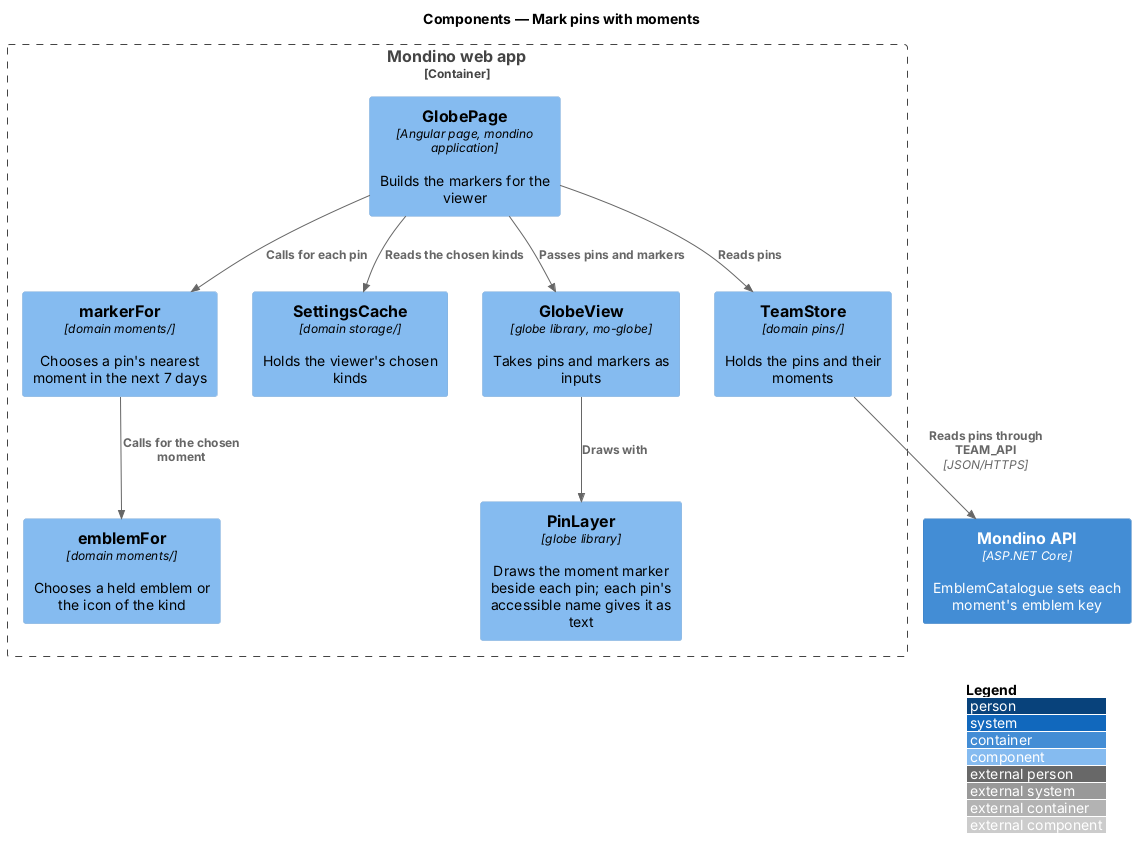
Above: docs/detailed-designs/moments/mark-pins-with-moments/diagrams/c4-component.png in QuinntyneBrown/Mondino (PlantUML), before the change. Its diagram source:
```plantuml
@startuml
!include <C4/C4_Component>
LAYOUT_WITH_LEGEND()
title Components — Mark pins with moments

Container_Boundary(web, "Mondino web app") {
  Component(page, "GlobePage", "Angular page, mondino application", "Builds the markers for the viewer")
  Component(store, "TeamStore", "domain pins/", "Holds the pins and their moments")
  Component(cache, "SettingsCache", "domain storage/", "Holds the viewer's chosen kinds")
  Component(marker, "markerFor", "domain moments/", "Chooses a pin's nearest moment in the next 7 days")
  Component(emblem, "emblemFor", "domain moments/", "Chooses a held emblem or the icon of the kind")
  Component(view, "GlobeView", "globe library, mo-globe", "Takes pins and markers as inputs")
  Component(layer, "PinLayer", "globe library", "Draws the moment marker beside each pin; each pin's accessible name gives it as text")
}
Container(api, "Mondino API", "ASP.NET Core", "EmblemCatalogue sets each moment's emblem key")

Rel(store, api, "Reads pins through TEAM_API", "JSON/HTTPS")
Rel(page, store, "Reads pins")
Rel(page, cache, "Reads the chosen kinds")
Rel(page, marker, "Calls for each pin")
Rel(marker, emblem, "Calls for the chosen moment")
Rel(page, view, "Passes pins and markers")
Rel(view, layer, "Draws with")
@enduml
```
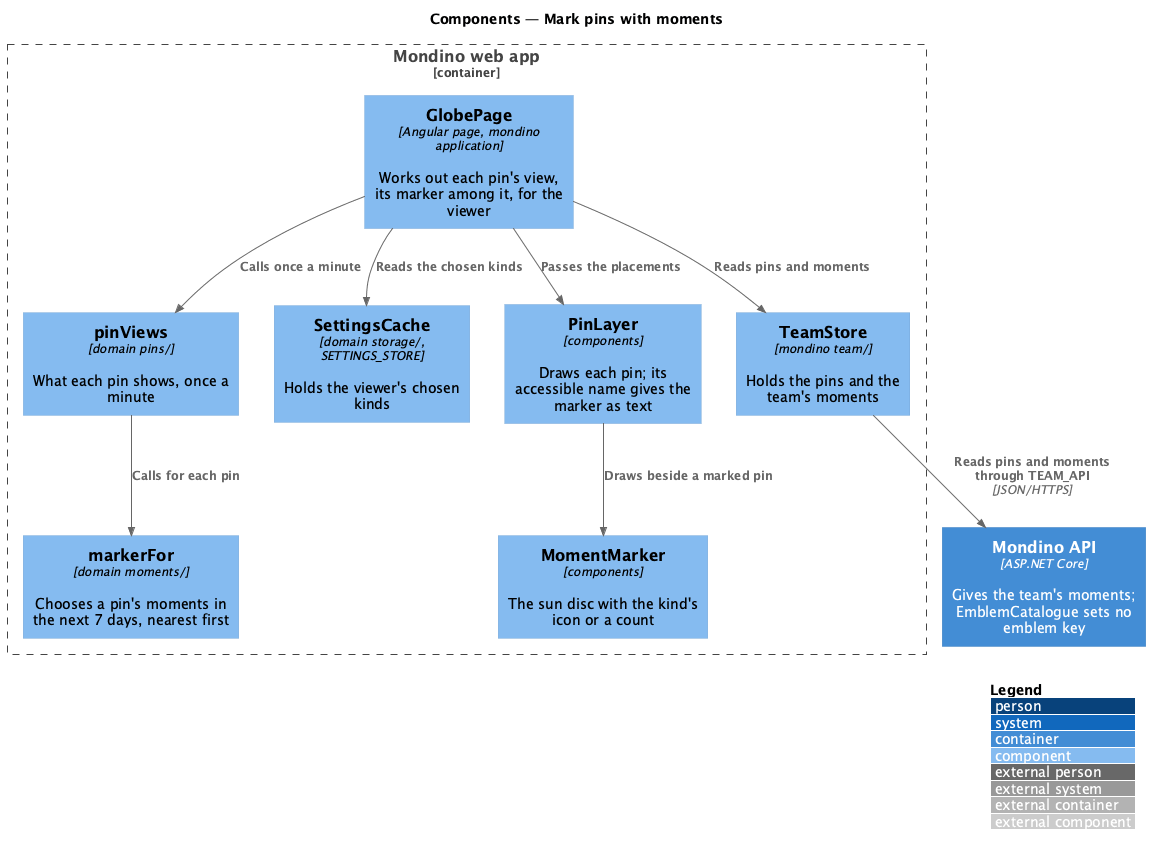
Above is the later version.

Change to the diagram source:
```diff
@@ -4,21 +4,21 @@
 title Components — Mark pins with moments
 
 Container_Boundary(web, "Mondino web app") {
-  Component(page, "GlobePage", "Angular page, mondino application", "Builds the markers for the viewer")
-  Component(store, "TeamStore", "domain pins/", "Holds the pins and their moments")
-  Component(cache, "SettingsCache", "domain storage/", "Holds the viewer's chosen kinds")
-  Component(marker, "markerFor", "domain moments/", "Chooses a pin's nearest moment in the next 7 days")
-  Component(emblem, "emblemFor", "domain moments/", "Chooses a held emblem or the icon of the kind")
-  Component(view, "GlobeView", "globe library, mo-globe", "Takes pins and markers as inputs")
-  Component(layer, "PinLayer", "globe library", "Draws the moment marker beside each pin; each pin's accessible name gives it as text")
+  Component(page, "GlobePage", "Angular page, mondino application", "Works out each pin's view, its marker among it, for the viewer")
+  Component(store, "TeamStore", "mondino team/", "Holds the pins and the team's moments")
+  Component(cache, "SettingsCache", "domain storage/, SETTINGS_STORE", "Holds the viewer's chosen kinds")
+  Component(views, "pinViews", "domain pins/", "What each pin shows, once a minute")
+  Component(marker, "markerFor", "domain moments/", "Chooses a pin's moments in the next 7 days, nearest first")
+  Component(layer, "PinLayer", "components", "Draws each pin; its accessible name gives the marker as text")
+  Component(mm, "MomentMarker", "components", "The sun disc with the kind's icon or a count")
 }
-Container(api, "Mondino API", "ASP.NET Core", "EmblemCatalogue sets each moment's emblem key")
+Container(api, "Mondino API", "ASP.NET Core", "Gives the team's moments; EmblemCatalogue sets no emblem key")
 
-Rel(store, api, "Reads pins through TEAM_API", "JSON/HTTPS")
-Rel(page, store, "Reads pins")
+Rel(store, api, "Reads pins and moments through TEAM_API", "JSON/HTTPS")
+Rel(page, store, "Reads pins and moments")
 Rel(page, cache, "Reads the chosen kinds")
-Rel(page, marker, "Calls for each pin")
-Rel(marker, emblem, "Calls for the chosen moment")
-Rel(page, view, "Passes pins and markers")
-Rel(view, layer, "Draws with")
+Rel(page, views, "Calls once a minute")
+Rel(views, marker, "Calls for each pin")
+Rel(page, layer, "Passes the placements")
+Rel(layer, mm, "Draws beside a marked pin")
 @enduml
```
